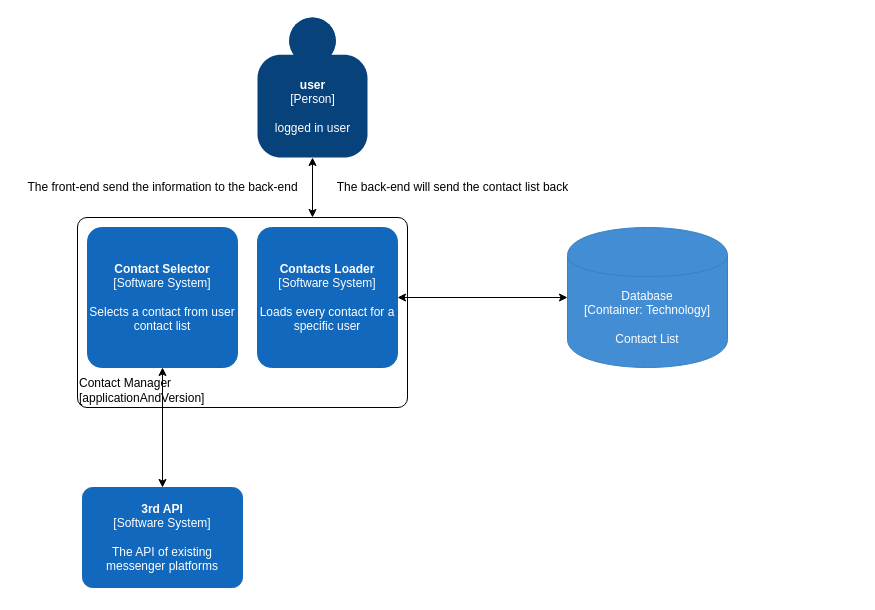
This is page "Container-Diagram" (2 of 3) of C4/C4-Selecting-Contacts-Module.drawio from HristeaIonut/Morse-Diagrams, a draw.io file, before an edit. Source tidied: cells renumbered, new cells numbered last; positions are measured from the earlier drawing's top-left corner, leaving out a move shared by most shapes. Both pictures are drawn from the tidied source at 100%, with x=0, y=0 at pixel (17, 17).
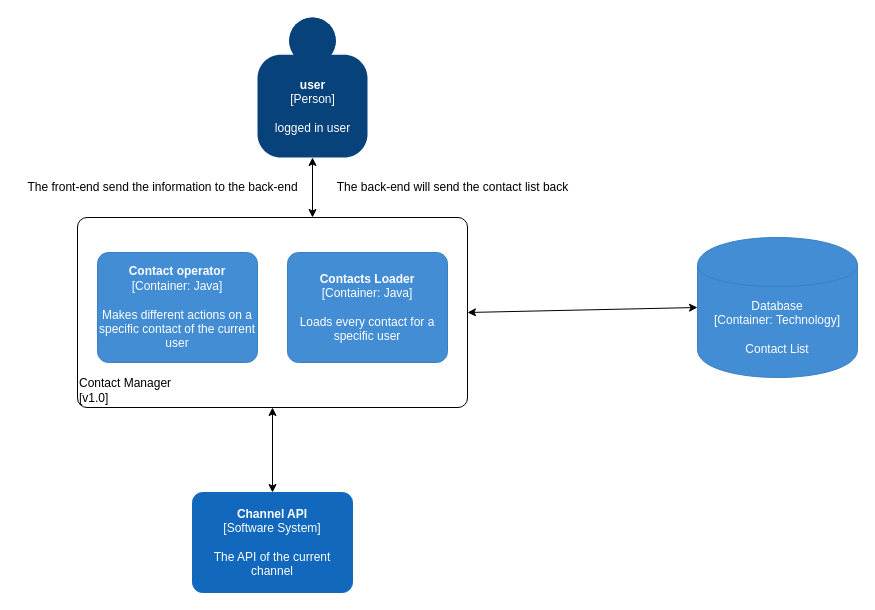
The same page after the edit.

Change to the diagram source:
```diff
@@
 <mxGraphModel>
   <root>
     <mxCell id="0" />
     <mxCell id="1" parent="0" />
-    <object id="2" label="&lt;div style=&quot;text-align: left&quot;&gt;%c4Name%&lt;/div&gt;&lt;div style=&quot;text-align: left&quot;&gt;[%c4Application%]&lt;/div&gt;" c4Application="applicationAndVersion" c4Name="Contact Manager" placeholders="1">
+    <object id="2" label="&lt;div style=&quot;text-align: left&quot;&gt;%c4Name%&lt;/div&gt;&lt;div style=&quot;text-align: left&quot;&gt;[%c4Application%]&lt;/div&gt;" c4Application="v1.0" c4Name="Contact Manager" placeholders="1">
       <mxCell style="rounded=1;whiteSpace=wrap;html=1;labelBackgroundColor=none;fillColor=#ffffff;fontColor=#000000;align=left;arcSize=5;strokeColor=#000000;verticalAlign=bottom;metaData={&quot;c4Type&quot;:{&quot;editable&quot;:false}};points=[[0.25,0,0],[0.5,0,0],[0.75,0,0],[1,0.25,0],[1,0.5,0],[1,0.75,0],[0.75,1,0],[0.5,1,0],[0.25,1,0],[0,0.75,0],[0,0.5,0],[0,0.25,0]];" parent="1" vertex="1">
-        <mxGeometry x="60" y="200" width="330" height="190" as="geometry" />
+        <mxGeometry x="60" y="200" width="390" height="190" as="geometry" />
       </mxCell>
     </object>
     <object id="3" label="&lt;b&gt;%c4Name%&lt;/b&gt;&lt;div&gt;[%c4Type%]&lt;/div&gt;&lt;br&gt;&lt;div&gt;%c4Description%&lt;/div&gt;" c4Description="logged in user" c4Name="user" c4Type="Person" placeholders="1">
       <mxCell style="html=1;dashed=0;whitespace=wrap;fillColor=#08427b;strokeColor=none;fontColor=#ffffff;shape=mxgraph.c4.person;align=center;points=[[0.5,0,0],[1,0.5,0],[1,0.75,0],[0.75,1,0],[0.5,1,0],[0.25,1,0],[0,0.75,0],[0,0.5,0]];metaData={&quot;c4Type&quot;:{&quot;editable&quot;:false}};" parent="1" vertex="1">
         <mxGeometry x="240" width="110" height="140" as="geometry" />
       </mxCell>
     </object>
     <mxCell id="4" style="endArrow=classic;startArrow=classic;html=1;entryX=0.5;entryY=1;entryDx=0;entryDy=0;entryPerimeter=0;" parent="1" edge="1" target="3">
       <mxGeometry relative="1" as="geometry">
         <mxPoint x="295" y="200" as="sourcePoint" />
       </mxGeometry>
     </mxCell>
-    <object id="5" label="&lt;b&gt;%c4Name%&lt;/b&gt;&lt;div&gt;[%c4Type%]&lt;/div&gt;&lt;br&gt;&lt;div&gt;%c4Description%&lt;/div&gt;" c4Description="Loads every contact for a specific user" c4Name="Contacts Loader" c4Type="Software System" placeholders="1">
-      <mxCell style="rounded=1;whiteSpace=wrap;html=1;labelBackgroundColor=none;fillColor=#1168BD;fontColor=#ffffff;align=center;arcSize=10;strokeColor=#1168BD;metaData={&quot;c4Type&quot;:{&quot;editable&quot;:false}};points=[[0.25,0,0],[0.5,0,0],[0.75,0,0],[1,0.25,0],[1,0.5,0],[1,0.75,0],[0.75,1,0],[0.5,1,0],[0.25,1,0],[0,0.75,0],[0,0.5,0],[0,0.25,0]];" parent="1" vertex="1">
-        <mxGeometry x="240" y="210" width="140" height="140" as="geometry" />
-      </mxCell>
-    </object>
-    <object id="6" label="&lt;b&gt;%c4Name%&lt;/b&gt;&lt;div&gt;[%c4Type%]&lt;/div&gt;&lt;br&gt;&lt;div&gt;%c4Description%&lt;/div&gt;" c4Description="Selects a contact from user contact list" c4Name="Contact Selector" c4Type="Software System" placeholders="1">
-      <mxCell style="rounded=1;whiteSpace=wrap;html=1;labelBackgroundColor=none;fillColor=#1168BD;fontColor=#ffffff;align=center;arcSize=10;strokeColor=#1168BD;metaData={&quot;c4Type&quot;:{&quot;editable&quot;:false}};points=[[0.25,0,0],[0.5,0,0],[0.75,0,0],[1,0.25,0],[1,0.5,0],[1,0.75,0],[0.75,1,0],[0.5,1,0],[0.25,1,0],[0,0.75,0],[0,0.5,0],[0,0.25,0]];" parent="1" vertex="1">
-        <mxGeometry x="70" y="210" width="150" height="140" as="geometry" />
-      </mxCell>
-    </object>
     <mxCell id="7" value="The front-end send the information to the back-end" style="text;html=1;align=center;verticalAlign=middle;" parent="1" vertex="1">
       <mxGeometry y="160" width="290" height="20" as="geometry" />
     </mxCell>
     <mxCell id="8" value="The back-end will send the contact list back" style="text;html=1;align=center;verticalAlign=middle;" parent="1" vertex="1">
       <mxGeometry x="310" y="160" width="250" height="20" as="geometry" />
     </mxCell>
-    <mxCell id="9" style="endArrow=classic;startArrow=classic;html=1;exitX=1;exitY=0.5;exitDx=0;exitDy=0;exitPerimeter=0;entryX=0;entryY=0.5;entryDx=0;entryDy=0;entryPerimeter=0;" parent="1" edge="1" source="5" target="10">
+    <mxCell id="9" style="endArrow=classic;startArrow=classic;html=1;exitX=1;exitY=0.5;exitDx=0;exitDy=0;exitPerimeter=0;entryX=0;entryY=0.5;entryDx=0;entryDy=0;entryPerimeter=0;" parent="1" edge="1" source="2" target="10">
       <mxGeometry relative="1" as="geometry" />
     </mxCell>
     <object id="10" label="%c4Type%&lt;div&gt;[Container:&amp;nbsp;%c4Technology%]&lt;/div&gt;&lt;br&gt;&lt;div&gt;%c4Description%&lt;/div&gt;" c4Description="Contact List" c4Technology="Technology" c4Type="Database" placeholders="1">
       <mxCell style="shape=cylinder;whiteSpace=wrap;html=1;boundedLbl=1;rounded=0;labelBackgroundColor=none;fillColor=#438DD5;fontSize=12;fontColor=#ffffff;align=center;strokeColor=#3C7FC0;points=[[0.5,0,0],[1,0.25,0],[1,0.5,0],[1,0.75,0],[0.5,1,0],[0,0.75,0],[0,0.5,0],[0,0.25,0]];metaData={&quot;c4Type&quot;:{&quot;editable&quot;:false}};" parent="1" vertex="1">
-        <mxGeometry x="550" y="210" width="160" height="140" as="geometry" />
+        <mxGeometry x="680" y="220" width="160" height="140" as="geometry" />
       </mxCell>
     </object>
-    <object id="11" label="&lt;b&gt;%c4Name%&lt;/b&gt;&lt;div&gt;[%c4Type%]&lt;/div&gt;&lt;br&gt;&lt;div&gt;%c4Description%&lt;/div&gt;" c4Description="The API of existing messenger platforms" c4Name="3rd API" c4Type="Software System" placeholders="1">
+    <object id="11" label="&lt;b&gt;%c4Name%&lt;/b&gt;&lt;div&gt;[%c4Type%]&lt;/div&gt;&lt;br&gt;&lt;div&gt;%c4Description%&lt;/div&gt;" c4Description="The API of the current channel" c4Name="Channel API" c4Type="Software System" placeholders="1">
       <mxCell style="rounded=1;whiteSpace=wrap;html=1;labelBackgroundColor=none;fillColor=#1168BD;fontColor=#ffffff;align=center;arcSize=10;strokeColor=#1168BD;metaData={&quot;c4Type&quot;:{&quot;editable&quot;:false}};points=[[0.25,0,0],[0.5,0,0],[0.75,0,0],[1,0.25,0],[1,0.5,0],[1,0.75,0],[0.75,1,0],[0.5,1,0],[0.25,1,0],[0,0.75,0],[0,0.5,0],[0,0.25,0]];" parent="1" vertex="1">
-        <mxGeometry x="65" y="470" width="160" height="100" as="geometry" />
+        <mxGeometry x="175" y="475" width="160" height="100" as="geometry" />
       </mxCell>
     </object>
-    <mxCell id="12" style="endArrow=classic;startArrow=classic;html=1;entryX=0.5;entryY=1;entryDx=0;entryDy=0;entryPerimeter=0;exitX=0.5;exitY=0;exitDx=0;exitDy=0;exitPerimeter=0;" parent="1" edge="1" source="11" target="6">
+    <mxCell id="12" style="endArrow=classic;startArrow=classic;html=1;exitX=0.5;exitY=0;exitDx=0;exitDy=0;exitPerimeter=0;entryX=0.5;entryY=1;entryDx=0;entryDy=0;entryPerimeter=0;" parent="1" edge="1" source="11" target="2">
       <mxGeometry relative="1" as="geometry" />
     </mxCell>
+    <object id="13" label="&lt;b&gt;%c4Name%&lt;/b&gt;&lt;div&gt;[%c4Type%: %c4Technology%]&lt;/div&gt;&lt;br&gt;&lt;div&gt;%c4Description%&lt;/div&gt;" c4Description="Makes different actions on a specific contact of the current user" c4Name="Contact operator" c4Technology="Java" c4Type="Container" placeholders="1">
+      <mxCell style="rounded=1;whiteSpace=wrap;html=1;labelBackgroundColor=none;fillColor=#438DD5;fontColor=#ffffff;align=center;arcSize=10;strokeColor=#3C7FC0;metaData={&quot;c4Type&quot;:{&quot;editable&quot;:false}};" parent="1" vertex="1">
+        <mxGeometry x="80" y="235" width="160" height="110" as="geometry" />
+      </mxCell>
+    </object>
+    <object id="14" label="&lt;b&gt;%c4Name%&lt;/b&gt;&lt;div&gt;[%c4Type%: %c4Technology%]&lt;/div&gt;&lt;br&gt;&lt;div&gt;%c4Description%&lt;/div&gt;" c4Description="Loads every contact for a specific user" c4Name="Contacts Loader" c4Technology="Java" c4Type="Container" placeholders="1">
+      <mxCell style="rounded=1;whiteSpace=wrap;html=1;labelBackgroundColor=none;fillColor=#438DD5;fontColor=#ffffff;align=center;arcSize=10;strokeColor=#3C7FC0;metaData={&quot;c4Type&quot;:{&quot;editable&quot;:false}};" parent="1" vertex="1">
+        <mxGeometry x="270" y="235" width="160" height="110" as="geometry" />
+      </mxCell>
+    </object>
   </root>
 </mxGraphModel>
```
